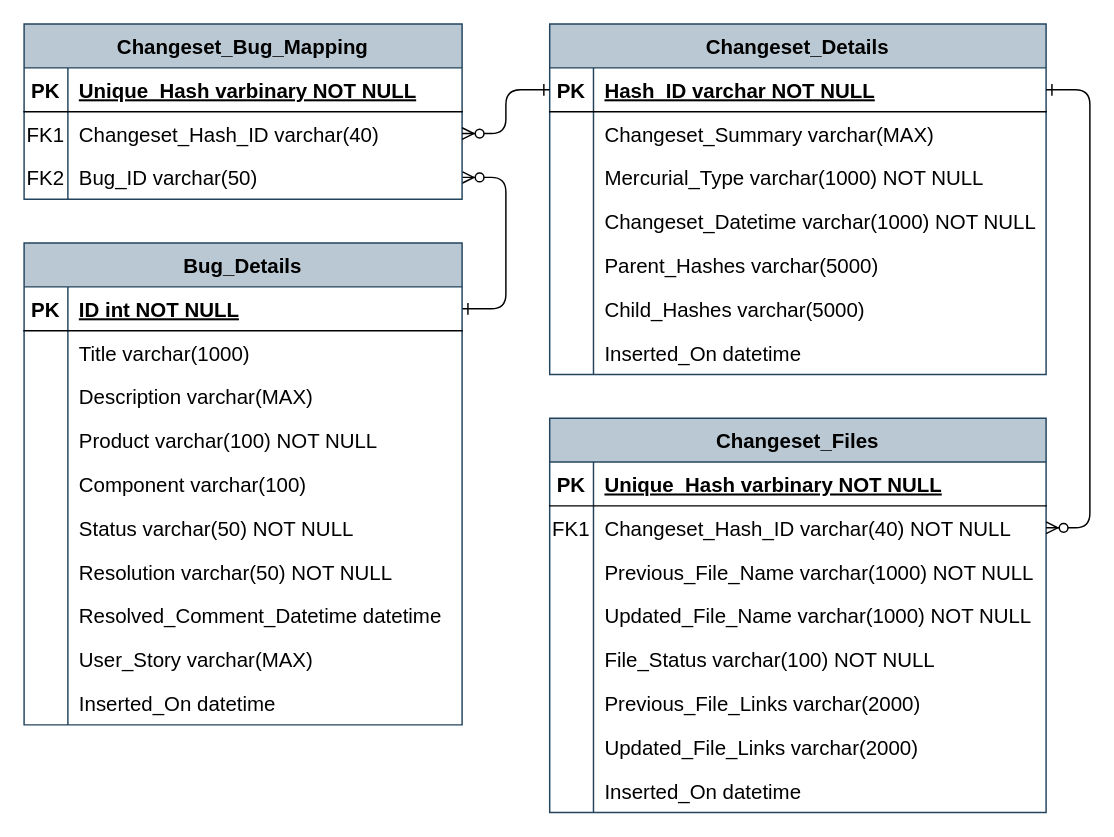
Earlier version of the draw.io diagram Bugzilla/FireFixDB.drawio (quocbui2020/requirement_descriptions_and_bug_counts). Source tidied: cells renumbered, new cells numbered last; positions are measured from the earlier drawing's top-left corner, leaving out a move shared by most shapes. Both pictures are drawn from the tidied source at 146%, with x=0, y=0 at pixel (23, 23).
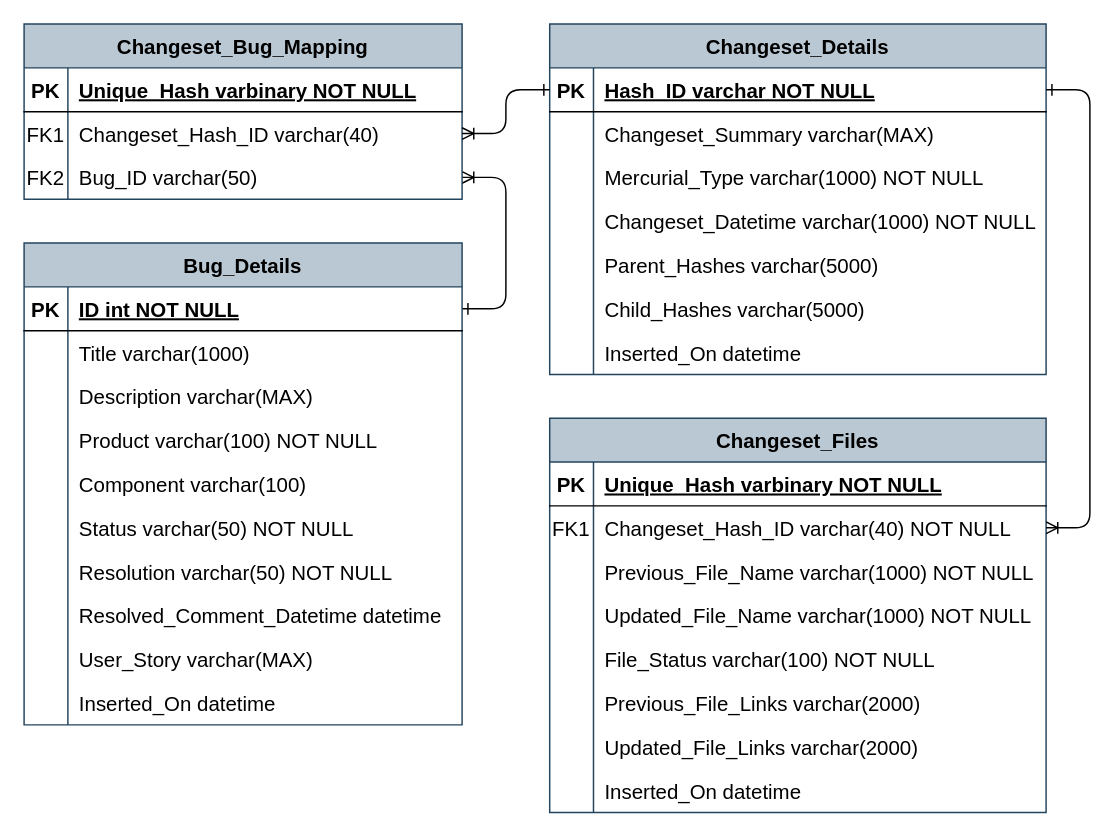
The same diagram, later.

Unchanged cells that the change refers to:
```xml
<mxCell id="7" style="shape=partialRectangle;fillColor=none;points=[[0,0.5],[1,0.5]];portConstraint=eastwest;top=0;left=0;right=0;bottom=0;" parent="3" vertex="1">
  <mxGeometry y="60" width="300" height="30" as="geometry" />
</mxCell>
<mxCell id="10" style="shape=partialRectangle;fillColor=none;points=[[0,0.5],[1,0.5]];portConstraint=eastwest;top=0;left=0;right=0;bottom=0;" parent="3" vertex="1">
  <mxGeometry y="90" width="300" height="30" as="geometry" />
</mxCell>
<mxCell id="14" style="shape=partialRectangle;fillColor=none;points=[[0,0.5],[1,0.5]];portConstraint=eastwest;top=0;left=0;right=0;bottom=1;" parent="13" vertex="1">
  <mxGeometry y="30" width="300" height="30" as="geometry" />
</mxCell>
<mxCell id="45" style="shape=partialRectangle;fillColor=none;points=[[0,0.5],[1,0.5]];portConstraint=eastwest;top=0;left=0;right=0;bottom=1;" parent="44" vertex="1">
  <mxGeometry y="30" width="340" height="30" as="geometry" />
</mxCell>
<mxCell id="70" style="shape=partialRectangle;fillColor=none;points=[[0,0.5],[1,0.5]];portConstraint=eastwest;top=0;left=0;right=0;bottom=0;" parent="66" vertex="1">
  <mxGeometry y="60" width="340" height="30" as="geometry" />
</mxCell>
```

What changed in the source:
```diff
@@
-    <mxCell id="2" style="edgeStyle=entityRelationEdgeStyle;endArrow=ERzeroToMany;startArrow=ERone;endFill=1;startFill=0;" parent="1" edge="1" source="14" target="10">
+    <mxCell id="2" style="edgeStyle=entityRelationEdgeStyle;endArrow=ERoneToMany;startArrow=ERone;endFill=0;startFill=0;" parent="1" edge="1" source="14" target="10">
       <mxGeometry relative="1" as="geometry" />
     </mxCell>
@@
-    <mxCell id="91" style="edgeStyle=entityRelationEdgeStyle;endArrow=ERzeroToMany;startArrow=ERone;endFill=1;startFill=0;" parent="1" edge="1" source="45" target="7">
+    <mxCell id="91" style="edgeStyle=entityRelationEdgeStyle;endArrow=ERoneToMany;startArrow=ERone;endFill=0;startFill=0;" parent="1" edge="1" source="45" target="7">
       <mxGeometry relative="1" as="geometry" />
     </mxCell>
-    <mxCell id="92" style="edgeStyle=entityRelationEdgeStyle;endArrow=ERzeroToMany;startArrow=ERone;endFill=1;startFill=0;" parent="1" edge="1" source="45" target="70">
+    <mxCell id="92" style="edgeStyle=entityRelationEdgeStyle;endArrow=ERoneToMany;startArrow=ERone;endFill=0;startFill=0;" parent="1" edge="1" source="45" target="70">
       <mxGeometry relative="1" as="geometry" />
     </mxCell>
```
